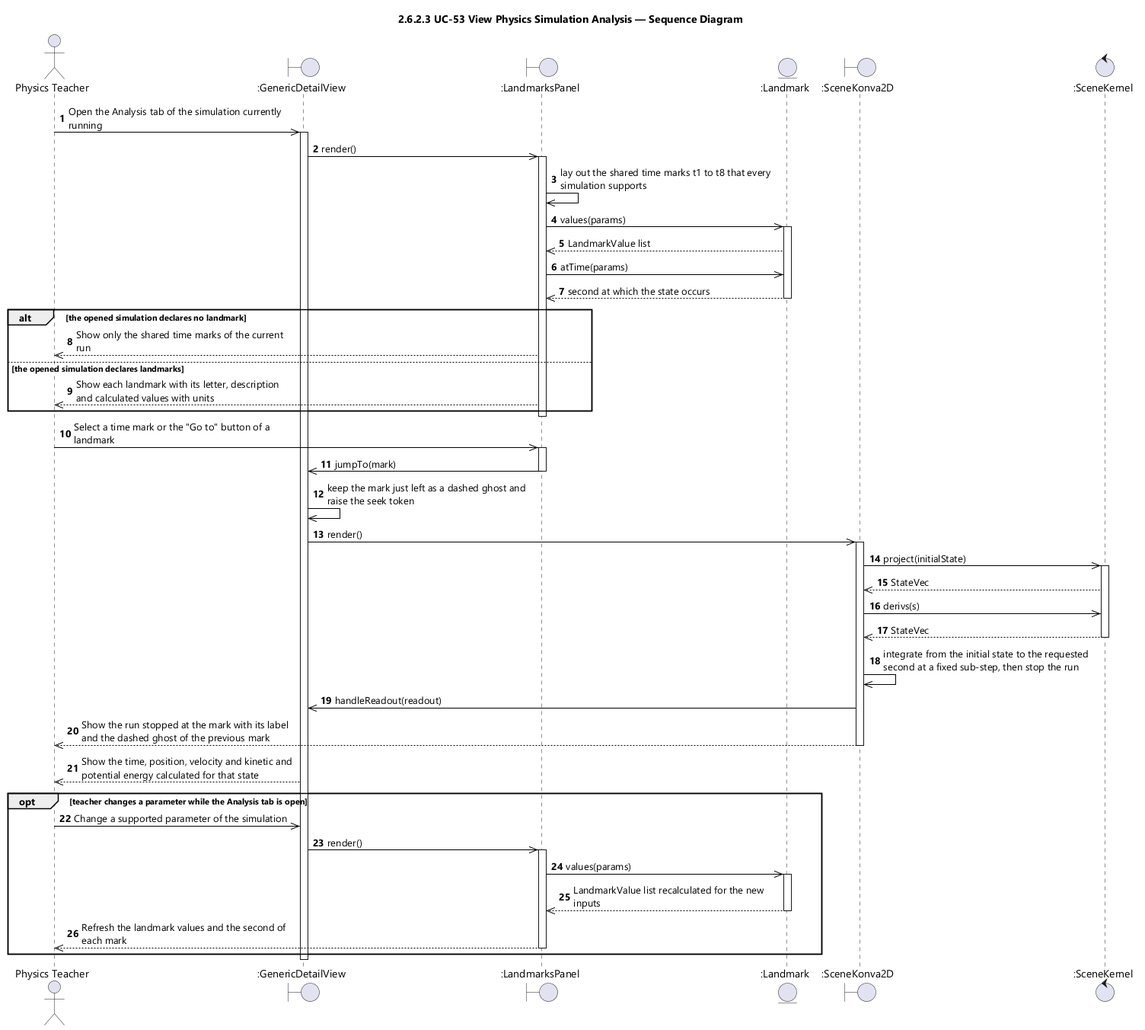
Earlier version of the PlantUML export designs/sds-diagrams/uc53/uc53-sequence-diagram-icon.png (EduA-system/EduA-system).
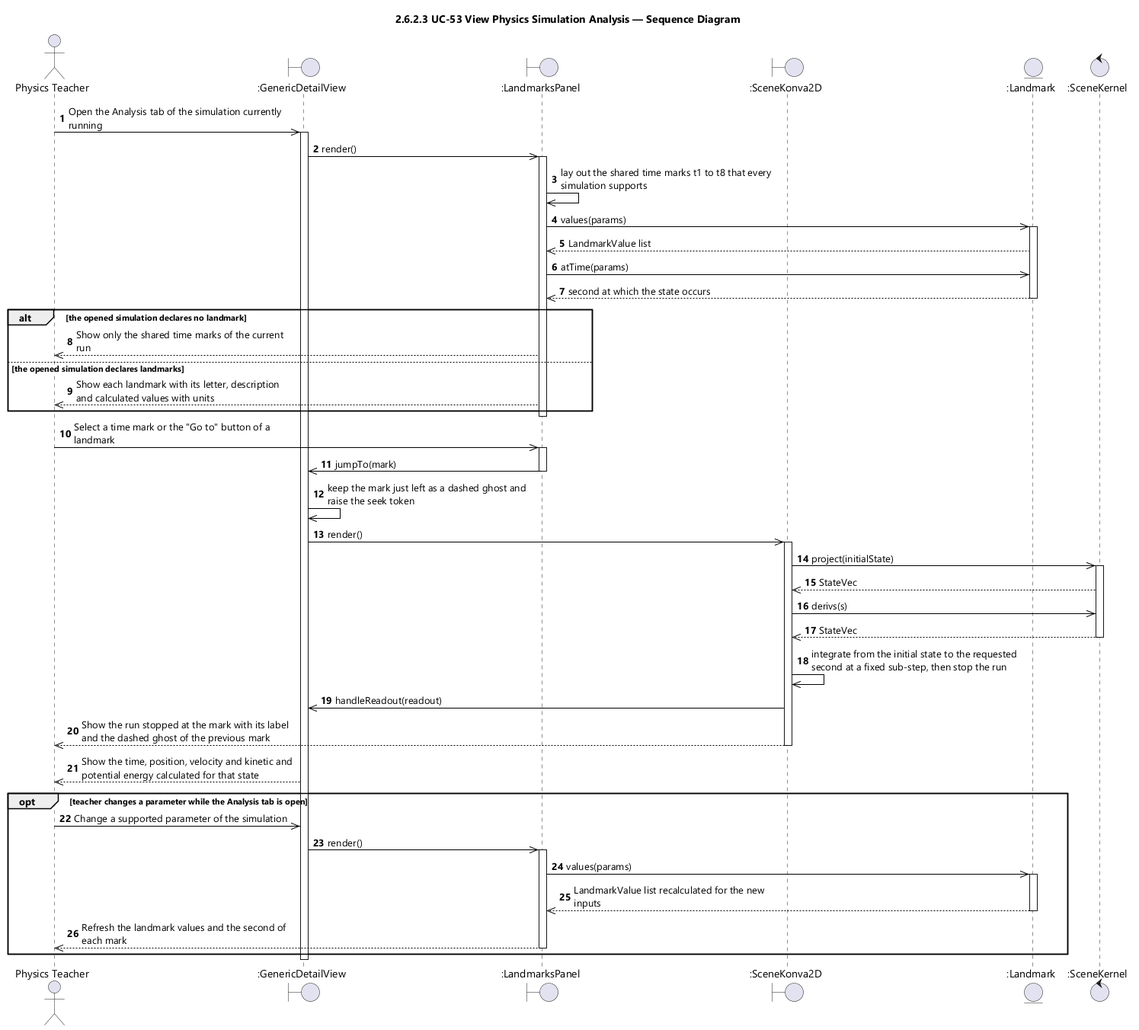
The same file after the commit.

What changed in the source:
```diff
@@ -12,8 +12,8 @@
 actor "Physics Teacher" as Teacher
 boundary ":GenericDetailView" as GDV
 boundary ":LandmarksPanel" as PANEL
+boundary ":SceneKonva2D" as CANVAS
 entity ":Landmark" as MARK
-boundary ":SceneKonva2D" as CANVAS
 control ":SceneKernel" as KERNEL
 
 autonumber
```
